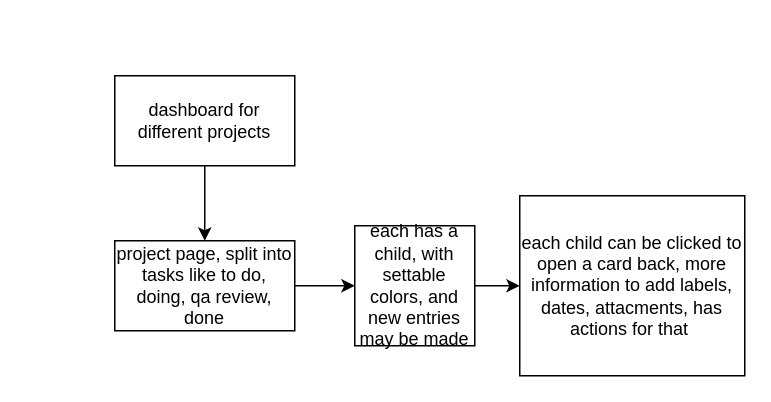
Before: schematics.drawio in fergusonB/old-website, a draw.io diagram. Source tidied: cells renumbered, new cells numbered last; positions are measured from the earlier drawing's top-left corner, leaving out a move shared by most shapes. Both pictures are drawn from the tidied source at 150%, with x=0, y=0 at pixel (114, 75).
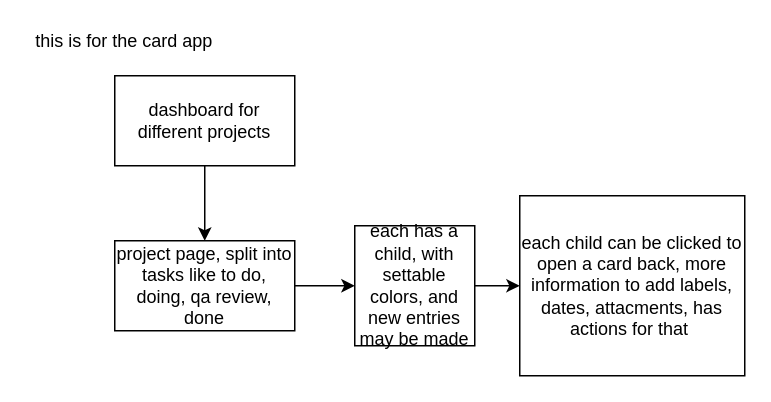
The same diagram, later.

What changed in the source:
```diff
@@
 <mxGraphModel>
   <root>
     <mxCell id="0" />
     <mxCell id="1" parent="0" />
     <mxCell id="2" style="edgeStyle=orthogonalEdgeStyle;rounded=0;jettySize=auto;html=1;exitX=0.5;exitY=1;exitDx=0;exitDy=0;" parent="1" edge="1" source="3">
       <mxGeometry relative="1" as="geometry">
         <mxPoint x="60" y="110" as="targetPoint" />
       </mxGeometry>
     </mxCell>
     <mxCell id="3" value="dashboard for different projects&lt;br&gt;" style="rounded=0;whiteSpace=wrap;html=1;" parent="1" vertex="1">
       <mxGeometry width="120" height="60" as="geometry" />
     </mxCell>
     <mxCell id="4" style="edgeStyle=orthogonalEdgeStyle;rounded=0;jettySize=auto;html=1;exitX=1;exitY=0.5;exitDx=0;exitDy=0;entryX=0;entryY=0.5;entryDx=0;entryDy=0;" parent="1" edge="1" source="5" target="7">
       <mxGeometry relative="1" as="geometry" />
     </mxCell>
     <mxCell id="5" value="project page, split into tasks like to do, doing, qa review, done&lt;br&gt;" style="rounded=0;whiteSpace=wrap;html=1;" parent="1" vertex="1">
       <mxGeometry y="110" width="120" height="60" as="geometry" />
     </mxCell>
     <mxCell id="6" style="edgeStyle=orthogonalEdgeStyle;rounded=0;jettySize=auto;html=1;exitX=1;exitY=0.5;exitDx=0;exitDy=0;entryX=0;entryY=0.5;entryDx=0;entryDy=0;" parent="1" edge="1" source="7" target="8">
       <mxGeometry relative="1" as="geometry" />
     </mxCell>
     <mxCell id="7" value="each has a child, with settable colors, and new entries may be made&lt;br&gt;" style="whiteSpace=wrap;html=1;" parent="1" vertex="1">
       <mxGeometry x="160" y="100" width="80" height="80" as="geometry" />
     </mxCell>
     <mxCell id="8" value="each child can be clicked to open a card back, more information to add labels, dates, attacments, has actions for that&amp;nbsp;&lt;br&gt;" style="rounded=0;whiteSpace=wrap;html=1;" parent="1" vertex="1">
       <mxGeometry x="270" y="80" width="150" height="120" as="geometry" />
     </mxCell>
+    <mxCell id="9" value="this is for the card app&lt;br&gt;" style="text;html=1;align=center;verticalAlign=middle;" parent="1" vertex="1">
+      <mxGeometry x="-59" y="-33" width="130" height="20" as="geometry" />
+    </mxCell>
   </root>
 </mxGraphModel>
```
